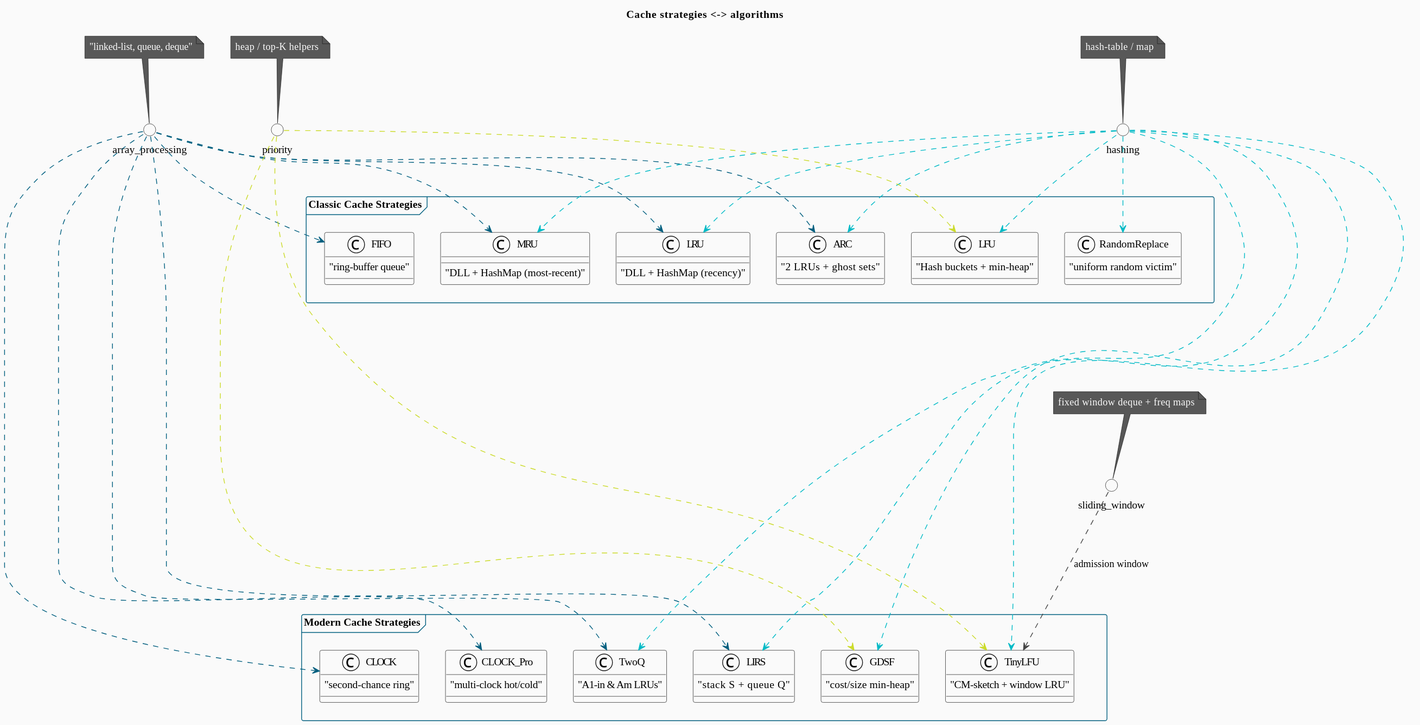
The PlantUML diagram apps/cache-strategies/_docs/CACHE_STRATEGIES_ALGORITHMS.svg in proveo-ca/computer-science, before a commit.
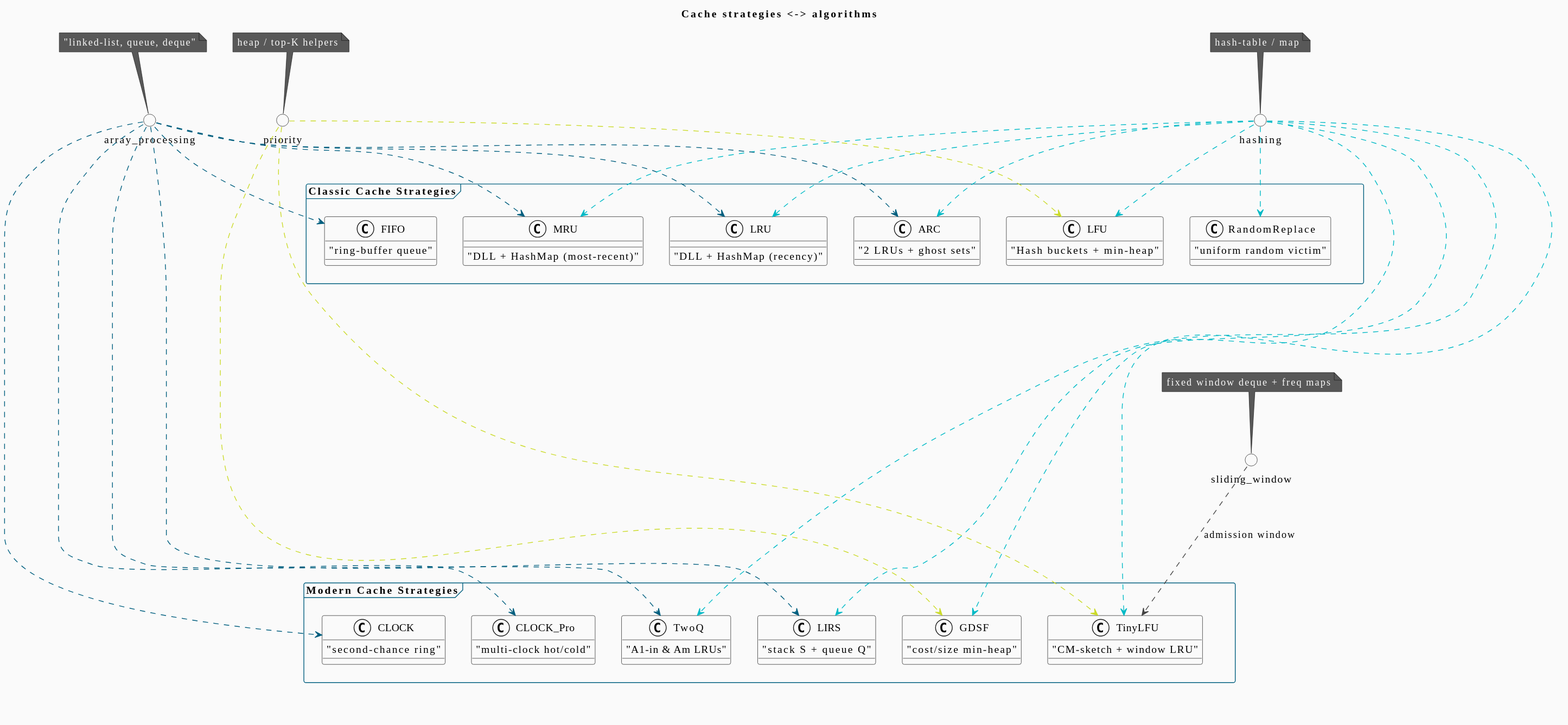
Above is the later version.

What changed in the source:
```diff
@@ -8,8 +8,8 @@
 () priority
 () sliding_window
 
-note top of array_processing : "linked‑list, queue, deque"
-note top of hashing          : hash‑table / map
+note top of array_processing : "linked-list, queue, deque"
+note top of hashing          : hash-table / map
 note top of priority         : heap / top‑K helpers
 note top of sliding_window   : fixed window deque + freq maps
 
@@ -31,17 +31,17 @@
   class GDSF
 }
 
-FIFO           : "ring‑buffer queue"
+FIFO           : "ring-buffer queue"
 LRU            : "DLL + HashMap (recency)"
 MRU            : "DLL + HashMap (most‑recent)"
 ARC            : "2 LRUs + ghost sets"
 LFU            : "Hash buckets + min‑heap"
 RandomReplace  : "uniform random victim"
-CLOCK          : "second‑chance ring"
-CLOCK_Pro      : "multi‑clock hot/cold"
-TwoQ           : "A1‑in & Am LRUs"
+CLOCK          : "second-chance ring"
+CLOCK_Pro      : "multi-clock hot/cold"
+TwoQ           : "A1-in & Am LRUs"
 LIRS           : "stack S + queue Q"
-TinyLFU        : "CM‑sketch + window LRU"
+TinyLFU        : "CM-sketch + window LRU"
 GDSF           : "cost/size min‑heap"
 
 FIFO       <.[COLOR_MAIN]up. array_processing
```
